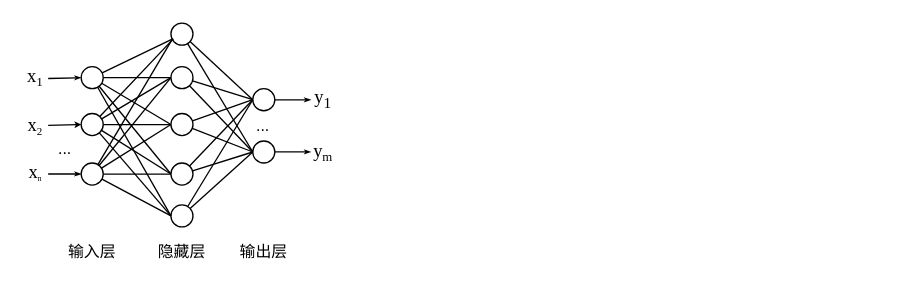
GPlaying/brain_map keeps this draw.io diagram as page "第 10 页" (10 of 10) of 故障诊断流程图.drawio. Above is the earlier version. Source tidied: cells renumbered, new cells numbered last; positions are measured from the earlier drawing's top-left corner, leaving out a move shared by most shapes. Both pictures are drawn from the tidied source at 132%, with x=0, y=0 at pixel (22, 22).
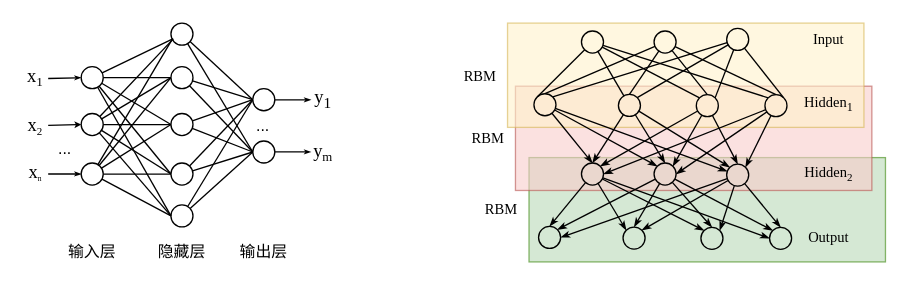
The same page after the edit.

Commit message (it also covers changes not shown here):
更新故障诊断流程图.drawio

Change to the diagram source:
```diff
@@
+    <mxCell id="53" style="rounded=0;whiteSpace=wrap;html=1;fontFamily=Helvetica;fontSize=11;fillColor=#d5e8d4;strokeColor=#82b366;" parent="1" vertex="1">
+      <mxGeometry x="383.3" y="101.9" width="270" height="79" as="geometry" />
+    </mxCell>
+    <mxCell id="54" style="rounded=0;whiteSpace=wrap;html=1;fontFamily=Helvetica;fontSize=11;fillColor=#f8cecc;strokeColor=#b85450;opacity=60;" parent="1" vertex="1">
+      <mxGeometry x="373" y="47.8" width="270" height="79" as="geometry" />
+    </mxCell>
+    <mxCell id="55" style="rounded=0;whiteSpace=wrap;html=1;fontFamily=Helvetica;fontSize=11;fillColor=#fff2cc;strokeColor=#d6b656;opacity=60;" parent="1" vertex="1">
+      <mxGeometry x="367" width="270" height="79" as="geometry" />
+    </mxCell>
@@
+    <mxCell id="56" style="rounded=0;jettySize=auto;html=1;entryX=0;entryY=0;entryDx=0;entryDy=0;endArrow=none;endFill=0;" parent="1" edge="1" source="60" target="74">
+      <mxGeometry relative="1" as="geometry" />
+    </mxCell>
+    <mxCell id="57" style="rounded=0;jettySize=auto;html=1;endArrow=none;endFill=0;" parent="1" edge="1" source="60" target="78">
+      <mxGeometry relative="1" as="geometry" />
+    </mxCell>
+    <mxCell id="58" style="rounded=0;jettySize=auto;html=1;entryX=0;entryY=0;entryDx=0;entryDy=0;endArrow=none;endFill=0;" parent="1" edge="1" source="60" target="82">
+      <mxGeometry relative="1" as="geometry" />
+    </mxCell>
+    <mxCell id="59" style="rounded=0;jettySize=auto;html=1;entryX=0;entryY=0;entryDx=0;entryDy=0;endArrow=none;endFill=0;" parent="1" edge="1" source="60" target="86">
+      <mxGeometry relative="1" as="geometry" />
+    </mxCell>
+    <mxCell id="60" style="ellipse;whiteSpace=wrap;html=1;fontFamily=Times New Roman;fontSize=12;fillColor=none;" parent="1" vertex="1">
+      <mxGeometry x="423" y="6" width="16.7" height="16.7" as="geometry" />
+    </mxCell>
+    <mxCell id="61" style="rounded=0;jettySize=auto;html=1;entryX=0.5;entryY=0;entryDx=0;entryDy=0;endArrow=none;endFill=0;" parent="1" edge="1" source="65" target="74">
+      <mxGeometry relative="1" as="geometry" />
+    </mxCell>
+    <mxCell id="62" style="rounded=0;jettySize=auto;html=1;endArrow=none;endFill=0;entryX=0.5;entryY=0;entryDx=0;entryDy=0;" parent="1" edge="1" source="65" target="78">
+      <mxGeometry relative="1" as="geometry" />
+    </mxCell>
+    <mxCell id="63" style="rounded=0;jettySize=auto;html=1;entryX=0.5;entryY=0;entryDx=0;entryDy=0;endArrow=none;endFill=0;" parent="1" edge="1" source="65" target="82">
+      <mxGeometry relative="1" as="geometry" />
+    </mxCell>
+    <mxCell id="64" style="rounded=0;jettySize=auto;html=1;entryX=0.5;entryY=0;entryDx=0;entryDy=0;endArrow=none;endFill=0;" parent="1" edge="1" source="65" target="86">
+      <mxGeometry relative="1" as="geometry" />
+    </mxCell>
+    <mxCell id="65" style="ellipse;whiteSpace=wrap;html=1;fontFamily=Times New Roman;fontSize=12;fillColor=none;" parent="1" vertex="1">
+      <mxGeometry x="478" y="6" width="16.7" height="16.7" as="geometry" />
+    </mxCell>
+    <mxCell id="66" style="rounded=0;jettySize=auto;html=1;entryX=1;entryY=0;entryDx=0;entryDy=0;endArrow=none;endFill=0;" parent="1" edge="1" source="70" target="74">
+      <mxGeometry relative="1" as="geometry" />
+    </mxCell>
+    <mxCell id="67" style="rounded=0;jettySize=auto;html=1;entryX=1;entryY=0;entryDx=0;entryDy=0;endArrow=none;endFill=0;" parent="1" edge="1" source="70" target="78">
+      <mxGeometry relative="1" as="geometry" />
+    </mxCell>
+    <mxCell id="68" style="rounded=0;jettySize=auto;html=1;entryX=1;entryY=0;entryDx=0;entryDy=0;endArrow=none;endFill=0;" parent="1" edge="1" source="70" target="82">
+      <mxGeometry relative="1" as="geometry" />
+    </mxCell>
+    <mxCell id="69" style="rounded=0;jettySize=auto;html=1;entryX=1;entryY=0;entryDx=0;entryDy=0;endArrow=none;endFill=0;" parent="1" edge="1" source="70" target="86">
+      <mxGeometry relative="1" as="geometry" />
+    </mxCell>
+    <mxCell id="70" style="ellipse;whiteSpace=wrap;html=1;fontFamily=Times New Roman;fontSize=12;fillColor=none;" parent="1" vertex="1">
+      <mxGeometry x="533" y="4" width="16.7" height="16.7" as="geometry" />
+    </mxCell>
+    <mxCell id="71" style="rounded=0;jettySize=auto;html=1;entryX=0.5;entryY=0;entryDx=0;entryDy=0;endArrow=classicThin;endFill=1;endSize=4;" parent="1" edge="1" source="74" target="91">
+      <mxGeometry relative="1" as="geometry" />
+    </mxCell>
+    <mxCell id="72" style="edgeStyle=none;shape=connector;rounded=0;jettySize=auto;html=1;entryX=0;entryY=0;entryDx=0;entryDy=0;labelBackgroundColor=default;strokeColor=default;fontFamily=Helvetica;fontSize=11;fontColor=default;endArrow=classicThin;endFill=1;endSize=4;" parent="1" edge="1" source="74" target="96">
+      <mxGeometry relative="1" as="geometry" />
+    </mxCell>
+    <mxCell id="73" style="edgeStyle=none;shape=connector;rounded=0;jettySize=auto;html=1;labelBackgroundColor=default;strokeColor=default;fontFamily=Helvetica;fontSize=11;fontColor=default;endArrow=classicThin;endFill=1;endSize=4;" parent="1" edge="1" source="74" target="101">
+      <mxGeometry relative="1" as="geometry" />
+    </mxCell>
+    <mxCell id="74" style="ellipse;whiteSpace=wrap;html=1;fontFamily=Times New Roman;fontSize=12;fillColor=none;" parent="1" vertex="1">
+      <mxGeometry x="387" y="53.5" width="16.7" height="16.7" as="geometry" />
+    </mxCell>
+    <mxCell id="75" style="edgeStyle=none;shape=connector;rounded=0;jettySize=auto;html=1;entryX=0.5;entryY=0;entryDx=0;entryDy=0;labelBackgroundColor=default;strokeColor=default;fontFamily=Helvetica;fontSize=11;fontColor=default;endArrow=classicThin;endFill=1;endSize=4;" parent="1" edge="1" source="78" target="91">
+      <mxGeometry relative="1" as="geometry" />
+    </mxCell>
+    <mxCell id="76" style="edgeStyle=none;shape=connector;rounded=0;jettySize=auto;html=1;entryX=0.5;entryY=0;entryDx=0;entryDy=0;labelBackgroundColor=default;strokeColor=default;fontFamily=Helvetica;fontSize=11;fontColor=default;endArrow=classicThin;endFill=1;endSize=4;" parent="1" edge="1" source="78" target="96">
+      <mxGeometry relative="1" as="geometry" />
+    </mxCell>
+    <mxCell id="77" style="edgeStyle=none;shape=connector;rounded=0;jettySize=auto;html=1;entryX=0;entryY=0;entryDx=0;entryDy=0;labelBackgroundColor=default;strokeColor=default;fontFamily=Helvetica;fontSize=11;fontColor=default;endArrow=classicThin;endFill=1;endSize=4;" parent="1" edge="1" source="78" target="101">
+      <mxGeometry relative="1" as="geometry" />
+    </mxCell>
+    <mxCell id="78" style="ellipse;whiteSpace=wrap;html=1;fontFamily=Times New Roman;fontSize=12;fillColor=none;" parent="1" vertex="1">
+      <mxGeometry x="451" y="54" width="16.7" height="16.7" as="geometry" />
+    </mxCell>
+    <mxCell id="79" style="edgeStyle=none;shape=connector;rounded=0;jettySize=auto;html=1;entryX=1;entryY=0;entryDx=0;entryDy=0;labelBackgroundColor=default;strokeColor=default;fontFamily=Helvetica;fontSize=11;fontColor=default;endArrow=classicThin;endFill=1;endSize=4;" parent="1" edge="1" source="82" target="91">
+      <mxGeometry relative="1" as="geometry" />
+    </mxCell>
+    <mxCell id="80" style="edgeStyle=none;shape=connector;rounded=0;jettySize=auto;html=1;entryX=1;entryY=0;entryDx=0;entryDy=0;labelBackgroundColor=default;strokeColor=default;fontFamily=Helvetica;fontSize=11;fontColor=default;endArrow=classicThin;endFill=1;endSize=4;" parent="1" edge="1" source="82" target="96">
+      <mxGeometry relative="1" as="geometry" />
+    </mxCell>
+    <mxCell id="81" style="edgeStyle=none;shape=connector;rounded=0;jettySize=auto;html=1;entryX=0.5;entryY=0;entryDx=0;entryDy=0;labelBackgroundColor=default;strokeColor=default;fontFamily=Helvetica;fontSize=11;fontColor=default;endArrow=classicThin;endFill=1;endSize=4;" parent="1" edge="1" source="82" target="101">
+      <mxGeometry relative="1" as="geometry" />
+    </mxCell>
+    <mxCell id="82" style="ellipse;whiteSpace=wrap;html=1;fontFamily=Times New Roman;fontSize=12;fillColor=none;" parent="1" vertex="1">
+      <mxGeometry x="510" y="54.2" width="16.7" height="16.7" as="geometry" />
+    </mxCell>
+    <mxCell id="83" style="edgeStyle=none;shape=connector;rounded=0;jettySize=auto;html=1;entryX=1;entryY=0.5;entryDx=0;entryDy=0;labelBackgroundColor=default;strokeColor=default;fontFamily=Helvetica;fontSize=11;fontColor=default;endArrow=classicThin;endFill=1;endSize=4;" parent="1" edge="1" source="86" target="91">
+      <mxGeometry relative="1" as="geometry" />
+    </mxCell>
+    <mxCell id="84" style="edgeStyle=none;shape=connector;rounded=0;jettySize=auto;html=1;entryX=1;entryY=0.5;entryDx=0;entryDy=0;labelBackgroundColor=default;strokeColor=default;fontFamily=Helvetica;fontSize=11;fontColor=default;endArrow=classicThin;endFill=1;endSize=4;" parent="1" edge="1" source="86" target="96">
+      <mxGeometry relative="1" as="geometry" />
+    </mxCell>
+    <mxCell id="85" style="edgeStyle=none;shape=connector;rounded=0;jettySize=auto;html=1;entryX=1;entryY=0;entryDx=0;entryDy=0;labelBackgroundColor=default;strokeColor=default;fontFamily=Helvetica;fontSize=11;fontColor=default;endArrow=classicThin;endFill=1;endSize=4;" parent="1" edge="1" source="86" target="101">
+      <mxGeometry relative="1" as="geometry" />
+    </mxCell>
+    <mxCell id="86" style="ellipse;whiteSpace=wrap;html=1;fontFamily=Times New Roman;fontSize=12;fillColor=none;" parent="1" vertex="1">
+      <mxGeometry x="562" y="54.2" width="16.7" height="16.7" as="geometry" />
+    </mxCell>
+    <mxCell id="87" style="edgeStyle=none;shape=connector;rounded=0;jettySize=auto;html=1;entryX=0.5;entryY=0;entryDx=0;entryDy=0;labelBackgroundColor=default;strokeColor=default;fontFamily=Helvetica;fontSize=11;fontColor=default;endArrow=classicThin;endFill=1;endSize=4;" parent="1" edge="1" source="91" target="102">
+      <mxGeometry relative="1" as="geometry" />
+    </mxCell>
+    <mxCell id="88" style="edgeStyle=none;shape=connector;rounded=0;jettySize=auto;html=1;entryX=0;entryY=0;entryDx=0;entryDy=0;labelBackgroundColor=default;strokeColor=default;fontFamily=Helvetica;fontSize=11;fontColor=default;endArrow=classicThin;endFill=1;endSize=4;" parent="1" edge="1" source="91" target="103">
+      <mxGeometry relative="1" as="geometry" />
+    </mxCell>
+    <mxCell id="89" style="edgeStyle=none;shape=connector;rounded=0;jettySize=auto;html=1;entryX=0;entryY=0;entryDx=0;entryDy=0;labelBackgroundColor=default;strokeColor=default;fontFamily=Helvetica;fontSize=11;fontColor=default;endArrow=classicThin;endFill=1;endSize=4;" parent="1" edge="1" source="91" target="104">
+      <mxGeometry relative="1" as="geometry" />
+    </mxCell>
+    <mxCell id="90" style="edgeStyle=none;shape=connector;rounded=0;jettySize=auto;html=1;entryX=0;entryY=0.5;entryDx=0;entryDy=0;labelBackgroundColor=default;strokeColor=default;fontFamily=Helvetica;fontSize=11;fontColor=default;endArrow=classicThin;endFill=1;endSize=4;" parent="1" edge="1" source="91" target="105">
+      <mxGeometry relative="1" as="geometry" />
+    </mxCell>
+    <mxCell id="91" style="ellipse;whiteSpace=wrap;html=1;fontFamily=Times New Roman;fontSize=12;fillColor=none;" parent="1" vertex="1">
+      <mxGeometry x="423" y="106" width="16.7" height="16.7" as="geometry" />
+    </mxCell>
+    <mxCell id="92" style="edgeStyle=none;shape=connector;rounded=0;jettySize=auto;html=1;entryX=1;entryY=0;entryDx=0;entryDy=0;labelBackgroundColor=default;strokeColor=default;fontFamily=Helvetica;fontSize=11;fontColor=default;endArrow=classicThin;endFill=1;endSize=4;" parent="1" edge="1" source="96" target="102">
+      <mxGeometry relative="1" as="geometry" />
+    </mxCell>
+    <mxCell id="93" style="edgeStyle=none;shape=connector;rounded=0;jettySize=auto;html=1;entryX=0.5;entryY=0;entryDx=0;entryDy=0;labelBackgroundColor=default;strokeColor=default;fontFamily=Helvetica;fontSize=11;fontColor=default;endArrow=classicThin;endFill=1;endSize=4;" parent="1" edge="1" source="96" target="103">
+      <mxGeometry relative="1" as="geometry" />
+    </mxCell>
+    <mxCell id="94" style="edgeStyle=none;shape=connector;rounded=0;jettySize=auto;html=1;entryX=0.5;entryY=0;entryDx=0;entryDy=0;labelBackgroundColor=default;strokeColor=default;fontFamily=Helvetica;fontSize=11;fontColor=default;endArrow=classicThin;endFill=1;endSize=4;" parent="1" edge="1" source="96" target="104">
+      <mxGeometry relative="1" as="geometry" />
+    </mxCell>
+    <mxCell id="95" style="edgeStyle=none;shape=connector;rounded=0;jettySize=auto;html=1;entryX=0;entryY=0;entryDx=0;entryDy=0;labelBackgroundColor=default;strokeColor=default;fontFamily=Helvetica;fontSize=11;fontColor=default;endArrow=classicThin;endFill=1;endSize=4;" parent="1" edge="1" source="96" target="105">
+      <mxGeometry relative="1" as="geometry" />
+    </mxCell>
+    <mxCell id="96" style="ellipse;whiteSpace=wrap;html=1;fontFamily=Times New Roman;fontSize=12;fillColor=none;" parent="1" vertex="1">
+      <mxGeometry x="478" y="106" width="16.7" height="16.7" as="geometry" />
+    </mxCell>
+    <mxCell id="97" style="edgeStyle=none;shape=connector;rounded=0;jettySize=auto;html=1;entryX=1;entryY=0.5;entryDx=0;entryDy=0;labelBackgroundColor=default;strokeColor=default;fontFamily=Helvetica;fontSize=11;fontColor=default;endArrow=classicThin;endFill=1;endSize=4;" parent="1" edge="1" source="101" target="102">
+      <mxGeometry relative="1" as="geometry" />
+    </mxCell>
+    <mxCell id="98" style="edgeStyle=none;shape=connector;rounded=0;jettySize=auto;html=1;entryX=1;entryY=0;entryDx=0;entryDy=0;labelBackgroundColor=default;strokeColor=default;fontFamily=Helvetica;fontSize=11;fontColor=default;endArrow=classicThin;endFill=1;endSize=4;" parent="1" edge="1" source="101" target="103">
+      <mxGeometry relative="1" as="geometry" />
+    </mxCell>
+    <mxCell id="99" style="edgeStyle=none;shape=connector;rounded=0;jettySize=auto;html=1;entryX=1;entryY=0;entryDx=0;entryDy=0;labelBackgroundColor=default;strokeColor=default;fontFamily=Helvetica;fontSize=11;fontColor=default;endArrow=classicThin;endFill=1;endSize=4;" parent="1" edge="1" source="101" target="104">
+      <mxGeometry relative="1" as="geometry" />
+    </mxCell>
+    <mxCell id="100" style="edgeStyle=none;shape=connector;rounded=0;jettySize=auto;html=1;entryX=0.5;entryY=0;entryDx=0;entryDy=0;labelBackgroundColor=default;strokeColor=default;fontFamily=Helvetica;fontSize=11;fontColor=default;endArrow=classicThin;endFill=1;endSize=4;" parent="1" edge="1" source="101" target="105">
+      <mxGeometry relative="1" as="geometry" />
+    </mxCell>
+    <mxCell id="101" style="ellipse;whiteSpace=wrap;html=1;fontFamily=Times New Roman;fontSize=12;fillColor=none;" parent="1" vertex="1">
+      <mxGeometry x="533" y="106.8" width="16.7" height="16.7" as="geometry" />
+    </mxCell>
+    <mxCell id="102" style="ellipse;whiteSpace=wrap;html=1;fontFamily=Times New Roman;fontSize=12;fillColor=none;" parent="1" vertex="1">
+      <mxGeometry x="390.5" y="154" width="16.7" height="16.7" as="geometry" />
+    </mxCell>
+    <mxCell id="103" style="ellipse;whiteSpace=wrap;html=1;fontFamily=Times New Roman;fontSize=12;fillColor=none;" parent="1" vertex="1">
+      <mxGeometry x="454.5" y="154.5" width="16.7" height="16.7" as="geometry" />
+    </mxCell>
+    <mxCell id="104" style="ellipse;whiteSpace=wrap;html=1;fontFamily=Times New Roman;fontSize=12;fillColor=none;" parent="1" vertex="1">
+      <mxGeometry x="513.5" y="154.7" width="16.7" height="16.7" as="geometry" />
+    </mxCell>
+    <mxCell id="105" style="ellipse;whiteSpace=wrap;html=1;fontFamily=Times New Roman;fontSize=12;fillColor=none;" parent="1" vertex="1">
+      <mxGeometry x="565.5" y="154.7" width="16.7" height="16.7" as="geometry" />
+    </mxCell>
+    <mxCell id="106" value="&lt;font face=&quot;Times New Roman&quot;&gt;RBM&lt;/font&gt;" style="text;html=1;strokeColor=none;fillColor=none;align=center;verticalAlign=middle;whiteSpace=wrap;rounded=0;fontSize=11;fontFamily=Helvetica;fontColor=default;" parent="1" vertex="1">
+      <mxGeometry x="326" y="27" width="41" height="25" as="geometry" />
+    </mxCell>
+    <mxCell id="107" value="&lt;font face=&quot;Times New Roman&quot;&gt;Input&lt;/font&gt;" style="text;html=1;strokeColor=none;fillColor=none;align=center;verticalAlign=middle;whiteSpace=wrap;rounded=0;fontSize=11;fontFamily=Helvetica;fontColor=default;" parent="1" vertex="1">
+      <mxGeometry x="590" y="-0.1" width="41" height="25" as="geometry" />
+    </mxCell>
+    <mxCell id="108" value="&lt;font face=&quot;Times New Roman&quot;&gt;Hidden&lt;sub&gt;1&lt;/sub&gt;&lt;/font&gt;" style="text;html=1;strokeColor=none;fillColor=none;align=center;verticalAlign=middle;whiteSpace=wrap;rounded=0;fontSize=11;fontFamily=Helvetica;fontColor=default;" parent="1" vertex="1">
+      <mxGeometry x="590" y="49.9" width="41" height="25" as="geometry" />
+    </mxCell>
+    <mxCell id="109" value="&lt;font face=&quot;Times New Roman&quot;&gt;Hidden&lt;font size=&quot;1&quot;&gt;&lt;sub&gt;2&lt;/sub&gt;&lt;/font&gt;&lt;/font&gt;" style="text;html=1;strokeColor=none;fillColor=none;align=center;verticalAlign=middle;whiteSpace=wrap;rounded=0;fontSize=11;fontFamily=Helvetica;fontColor=default;" parent="1" vertex="1">
+      <mxGeometry x="590" y="101.9" width="41" height="25" as="geometry" />
+    </mxCell>
+    <mxCell id="110" value="&lt;font face=&quot;Times New Roman&quot;&gt;Output&lt;/font&gt;" style="text;html=1;strokeColor=none;fillColor=none;align=center;verticalAlign=middle;whiteSpace=wrap;rounded=0;fontSize=11;fontFamily=Helvetica;fontColor=default;" parent="1" vertex="1">
+      <mxGeometry x="590" y="149.9" width="41" height="25" as="geometry" />
+    </mxCell>
+    <mxCell id="111" value="&lt;font face=&quot;Times New Roman&quot;&gt;RBM&lt;/font&gt;" style="text;html=1;strokeColor=none;fillColor=none;align=center;verticalAlign=middle;whiteSpace=wrap;rounded=0;fontSize=11;fontFamily=Helvetica;fontColor=default;" parent="1" vertex="1">
+      <mxGeometry x="332" y="74.8" width="41" height="25" as="geometry" />
+    </mxCell>
+    <mxCell id="112" value="&lt;font face=&quot;Times New Roman&quot;&gt;RBM&lt;/font&gt;" style="text;html=1;strokeColor=none;fillColor=none;align=center;verticalAlign=middle;whiteSpace=wrap;rounded=0;fontSize=11;fontFamily=Helvetica;fontColor=default;" parent="1" vertex="1">
+      <mxGeometry x="342.3" y="128.9" width="41" height="25" as="geometry" />
+    </mxCell>
```
